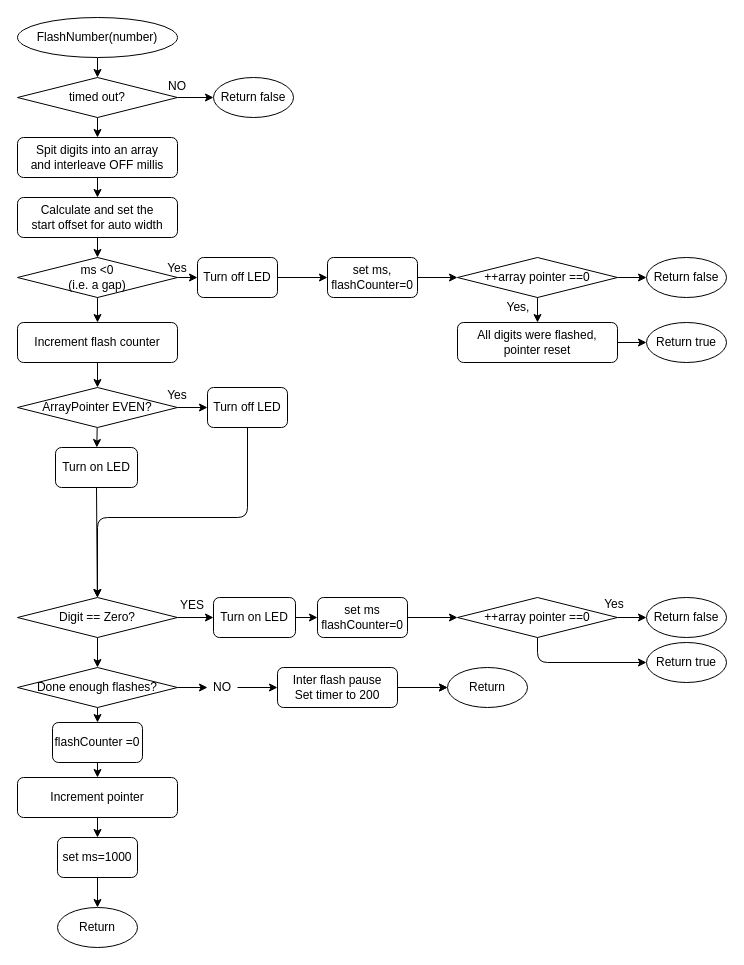
RichardLangner/SimpleTimer keeps this draw.io diagram as include/FlashNumber.drawio. Above is the earlier version. Source tidied: cells renumbered, new cells numbered last; positions are measured from the earlier drawing's top-left corner, leaving out a move shared by most shapes. Both pictures are drawn from the tidied source at 100%, with x=0, y=0 at pixel (17, 17).
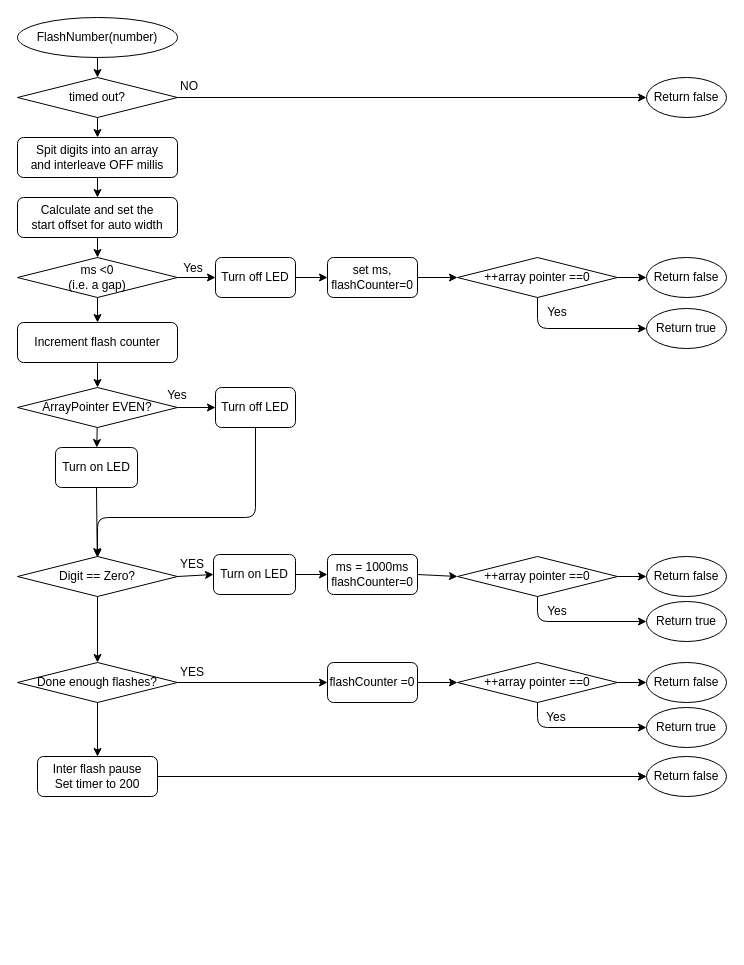
After the change.

The change refers to these unchanged cells:
```xml
<mxCell id="60" value="++array pointer ==0" style="rhombus;whiteSpace=wrap;html=1;" parent="1" vertex="1">
  <mxGeometry x="440" y="240" width="160" height="40" as="geometry" />
</mxCell>
```

The edit, as a diff of the source:
```diff
@@
     <mxCell id="2" style="edgeStyle=none;html=1;startArrow=none;" parent="1" edge="1">
       <mxGeometry relative="1" as="geometry">
-        <mxPoint x="72" y="840" as="sourcePoint" />
-        <mxPoint x="72" y="840" as="targetPoint" />
+        <mxPoint x="511" y="624" as="sourcePoint" />
+        <mxPoint x="511" y="624" as="targetPoint" />
       </mxGeometry>
     </mxCell>
-    <mxCell id="3" style="edgeStyle=none;html=1;exitX=1;exitY=0.5;exitDx=0;exitDy=0;entryX=0;entryY=0.5;entryDx=0;entryDy=0;" parent="1" edge="1" source="5" target="18">
-      <mxGeometry relative="1" as="geometry" />
-    </mxCell>
-    <mxCell id="4" style="edgeStyle=none;html=1;entryX=0.5;entryY=0;entryDx=0;entryDy=0;" parent="1" edge="1" source="5" target="43">
+    <mxCell id="4" style="edgeStyle=none;html=1;entryX=0;entryY=0.5;entryDx=0;entryDy=0;exitX=1;exitY=0.5;exitDx=0;exitDy=0;" parent="1" edge="1" source="5" target="43">
       <mxGeometry relative="1" as="geometry" />
     </mxCell>
+    <mxCell id="71" style="edgeStyle=none;html=1;exitX=0.5;exitY=1;exitDx=0;exitDy=0;" parent="1" edge="1" source="5" target="38">
+      <mxGeometry relative="1" as="geometry" />
+    </mxCell>
     <mxCell id="5" value="Done enough flashes?" style="rhombus;whiteSpace=wrap;html=1;" parent="1" vertex="1">
-      <mxGeometry y="650" width="160" height="40" as="geometry" />
+      <mxGeometry y="645" width="160" height="40" as="geometry" />
     </mxCell>
@@
     <mxCell id="11" value="Return false" style="ellipse;whiteSpace=wrap;html=1;" parent="1" vertex="1">
-      <mxGeometry x="196" y="60" width="80" height="40" as="geometry" />
+      <mxGeometry x="629" y="60" width="80" height="40" as="geometry" />
     </mxCell>
@@
-    <mxCell id="16" value="Return" style="ellipse;whiteSpace=wrap;html=1;" parent="1" vertex="1">
-      <mxGeometry x="430" y="650" width="80" height="40" as="geometry" />
+    <mxCell id="16" value="Return false" style="ellipse;whiteSpace=wrap;html=1;" parent="1" vertex="1">
+      <mxGeometry x="629" y="739" width="80" height="40" as="geometry" />
     </mxCell>
-    <mxCell id="17" style="edgeStyle=none;html=1;entryX=0;entryY=0.5;entryDx=0;entryDy=0;" parent="1" edge="1" source="18" target="38">
-      <mxGeometry relative="1" as="geometry" />
-    </mxCell>
-    <mxCell id="18" value="NO" style="text;strokeColor=none;align=center;fillColor=none;html=1;verticalAlign=middle;whiteSpace=wrap;rounded=0;" parent="1" vertex="1">
-      <mxGeometry x="190" y="660" width="30" height="20" as="geometry" />
-    </mxCell>
@@
     <mxCell id="20" value="Digit == Zero?" style="rhombus;whiteSpace=wrap;html=1;" parent="1" vertex="1">
-      <mxGeometry y="580" width="160" height="40" as="geometry" />
+      <mxGeometry y="539" width="160" height="40" as="geometry" />
     </mxCell>
@@
     <mxCell id="22" value="YES" style="text;strokeColor=none;align=center;fillColor=none;html=1;verticalAlign=middle;whiteSpace=wrap;rounded=0;" parent="1" vertex="1">
-      <mxGeometry x="160" y="578" width="30" height="20" as="geometry" />
+      <mxGeometry x="160" y="537" width="30" height="20" as="geometry" />
     </mxCell>
@@
     <mxCell id="28" style="edgeStyle=none;html=1;exitX=0.5;exitY=1;exitDx=0;exitDy=0;" parent="1" edge="1" source="29">
       <mxGeometry relative="1" as="geometry">
-        <mxPoint x="80" y="580" as="targetPoint" />
+        <mxPoint x="80" y="540" as="targetPoint" />
         <Array as="points">
-          <mxPoint x="230" y="500" />
+          <mxPoint x="238" y="500" />
           <mxPoint x="80" y="500" />
         </Array>
       </mxGeometry>
     </mxCell>
     <mxCell id="29" value="Turn off LED" style="rounded=1;whiteSpace=wrap;html=1;" parent="1" vertex="1">
-      <mxGeometry x="190" y="370" width="80" height="40" as="geometry" />
+      <mxGeometry x="198" y="370" width="80" height="40" as="geometry" />
     </mxCell>
@@
-    <mxCell id="34" value="set ms&lt;br style=&quot;border-color: var(--border-color);&quot;&gt;flashCounter=0" style="rounded=1;whiteSpace=wrap;html=1;" parent="1" vertex="1">
-      <mxGeometry x="300" y="580" width="90" height="40" as="geometry" />
+    <mxCell id="34" value="ms = 1000ms&lt;br style=&quot;border-color: var(--border-color);&quot;&gt;flashCounter=0" style="rounded=1;whiteSpace=wrap;html=1;" parent="1" vertex="1">
+      <mxGeometry x="310" y="537" width="90" height="40" as="geometry" />
     </mxCell>
@@
     <mxCell id="36" value="Turn on LED" style="rounded=1;whiteSpace=wrap;html=1;" parent="1" vertex="1">
-      <mxGeometry x="196" y="580" width="82" height="40" as="geometry" />
+      <mxGeometry x="196" y="537" width="82" height="40" as="geometry" />
     </mxCell>
     <mxCell id="37" style="edgeStyle=none;html=1;endArrow=none;" parent="1" edge="1" target="38">
       <mxGeometry relative="1" as="geometry">
-        <mxPoint x="358" y="670" as="sourcePoint" />
+        <mxPoint x="118" y="759" as="sourcePoint" />
       </mxGeometry>
     </mxCell>
     <mxCell id="38" value="Inter flash pause&lt;br&gt;Set timer to 200" style="rounded=1;whiteSpace=wrap;html=1;" parent="1" vertex="1">
-      <mxGeometry x="260" y="650" width="120" height="40" as="geometry" />
+      <mxGeometry x="20" y="739" width="120" height="40" as="geometry" />
     </mxCell>
-    <mxCell id="39" style="edgeStyle=none;html=1;entryX=0.5;entryY=0;entryDx=0;entryDy=0;" parent="1" edge="1" source="40" target="45">
-      <mxGeometry relative="1" as="geometry" />
-    </mxCell>
-    <mxCell id="40" value="Increment pointer" style="rounded=1;whiteSpace=wrap;html=1;" parent="1" vertex="1">
-      <mxGeometry y="760" width="160" height="40" as="geometry" />
-    </mxCell>
-    <mxCell id="41" value="Return" style="ellipse;whiteSpace=wrap;html=1;" parent="1" vertex="1">
-      <mxGeometry x="40" y="890" width="80" height="40" as="geometry" />
-    </mxCell>
-    <mxCell id="42" style="edgeStyle=none;html=1;entryX=0.5;entryY=0;entryDx=0;entryDy=0;" parent="1" edge="1" source="43" target="40">
-      <mxGeometry relative="1" as="geometry" />
-    </mxCell>
+    <mxCell id="72" style="edgeStyle=none;html=1;" parent="1" edge="1" source="43" target="76">
+      <mxGeometry relative="1" as="geometry" />
+    </mxCell>
     <mxCell id="43" value="flashCounter =0" style="rounded=1;whiteSpace=wrap;html=1;" parent="1" vertex="1">
-      <mxGeometry x="35" y="705" width="90" height="40" as="geometry" />
+      <mxGeometry x="310" y="645" width="90" height="40" as="geometry" />
     </mxCell>
-    <mxCell id="44" style="edgeStyle=none;html=1;entryX=0.5;entryY=0;entryDx=0;entryDy=0;" parent="1" edge="1" source="45" target="41">
-      <mxGeometry relative="1" as="geometry" />
-    </mxCell>
-    <mxCell id="45" value="set ms=1000" style="rounded=1;whiteSpace=wrap;html=1;" parent="1" vertex="1">
-      <mxGeometry x="40" y="820" width="80" height="40" as="geometry" />
-    </mxCell>
@@
     <mxCell id="49" value="Turn off LED" style="rounded=1;whiteSpace=wrap;html=1;" parent="1" vertex="1">
-      <mxGeometry x="180" y="240" width="80" height="40" as="geometry" />
+      <mxGeometry x="198" y="240" width="80" height="40" as="geometry" />
     </mxCell>
@@
     <mxCell id="55" value="Yes" style="text;strokeColor=none;align=center;fillColor=none;html=1;verticalAlign=middle;whiteSpace=wrap;rounded=0;" parent="1" vertex="1">
-      <mxGeometry x="130" y="236" width="60" height="30" as="geometry" />
+      <mxGeometry x="146" y="236" width="60" height="30" as="geometry" />
     </mxCell>
     <mxCell id="56" value="NO" style="text;strokeColor=none;align=center;fillColor=none;html=1;verticalAlign=middle;whiteSpace=wrap;rounded=0;" parent="1" vertex="1">
-      <mxGeometry x="145" y="54" width="30" height="30" as="geometry" />
+      <mxGeometry x="157" y="54" width="30" height="30" as="geometry" />
     </mxCell>
@@
-    <mxCell id="59" style="edgeStyle=none;html=1;" parent="1" edge="1" source="60" target="70">
-      <mxGeometry relative="1" as="geometry" />
+    <mxCell id="59" style="edgeStyle=none;html=1;entryX=0;entryY=0.5;entryDx=0;entryDy=0;" parent="1" edge="1" source="60" target="61">
+      <mxGeometry relative="1" as="geometry">
+        <Array as="points">
+          <mxPoint x="520" y="311" />
+        </Array>
+      </mxGeometry>
     </mxCell>
@@
     <mxCell id="61" value="Return true" style="ellipse;whiteSpace=wrap;html=1;" parent="1" vertex="1">
-      <mxGeometry x="629" y="305" width="80" height="40" as="geometry" />
+      <mxGeometry x="629" y="291" width="80" height="40" as="geometry" />
     </mxCell>
-    <mxCell id="62" value="Yes," style="text;strokeColor=none;align=center;fillColor=none;html=1;verticalAlign=middle;whiteSpace=wrap;rounded=0;" parent="1" vertex="1">
-      <mxGeometry x="471" y="275" width="60" height="30" as="geometry" />
+    <mxCell id="62" value="Yes" style="text;strokeColor=none;align=center;fillColor=none;html=1;verticalAlign=middle;whiteSpace=wrap;rounded=0;" parent="1" vertex="1">
+      <mxGeometry x="510" y="280" width="60" height="30" as="geometry" />
     </mxCell>
     <mxCell id="63" value="Return false" style="ellipse;whiteSpace=wrap;html=1;" parent="1" vertex="1">
-      <mxGeometry x="629" y="580" width="80" height="40" as="geometry" />
+      <mxGeometry x="629" y="539" width="80" height="40" as="geometry" />
     </mxCell>
@@
     <mxCell id="65" style="edgeStyle=none;html=1;exitX=0.5;exitY=1;exitDx=0;exitDy=0;entryX=0;entryY=0.5;entryDx=0;entryDy=0;" parent="1" edge="1" source="66" target="67">
       <mxGeometry relative="1" as="geometry">
         <Array as="points">
-          <mxPoint x="520" y="645" />
+          <mxPoint x="520" y="604" />
         </Array>
       </mxGeometry>
     </mxCell>
     <mxCell id="66" value="++array pointer ==0" style="rhombus;whiteSpace=wrap;html=1;" parent="1" vertex="1">
-      <mxGeometry x="440" y="580" width="160" height="40" as="geometry" />
+      <mxGeometry x="440" y="539" width="160" height="40" as="geometry" />
     </mxCell>
     <mxCell id="67" value="Return true" style="ellipse;whiteSpace=wrap;html=1;" parent="1" vertex="1">
-      <mxGeometry x="629" y="625" width="80" height="40" as="geometry" />
+      <mxGeometry x="629" y="584" width="80" height="40" as="geometry" />
     </mxCell>
     <mxCell id="68" value="Yes" style="text;strokeColor=none;align=center;fillColor=none;html=1;verticalAlign=middle;whiteSpace=wrap;rounded=0;" parent="1" vertex="1">
-      <mxGeometry x="567" y="572" width="60" height="30" as="geometry" />
+      <mxGeometry x="510" y="579" width="60" height="30" as="geometry" />
     </mxCell>
-    <mxCell id="69" style="edgeStyle=none;html=1;entryX=0;entryY=0.5;entryDx=0;entryDy=0;exitX=1;exitY=0.5;exitDx=0;exitDy=0;" parent="1" edge="1" source="70" target="61">
-      <mxGeometry relative="1" as="geometry" />
-    </mxCell>
-    <mxCell id="70" value="All digits were flashed, pointer reset" style="rounded=1;whiteSpace=wrap;html=1;" parent="1" vertex="1">
-      <mxGeometry x="440" y="305" width="160" height="40" as="geometry" />
-    </mxCell>
+    <mxCell id="73" value="Return false" style="ellipse;whiteSpace=wrap;html=1;" parent="1" vertex="1">
+      <mxGeometry x="629" y="645" width="80" height="40" as="geometry" />
+    </mxCell>
+    <mxCell id="74" style="edgeStyle=none;html=1;exitX=1;exitY=0.5;exitDx=0;exitDy=0;" parent="1" edge="1" source="76" target="73">
+      <mxGeometry relative="1" as="geometry" />
+    </mxCell>
+    <mxCell id="75" style="edgeStyle=none;html=1;exitX=0.5;exitY=1;exitDx=0;exitDy=0;entryX=0;entryY=0.5;entryDx=0;entryDy=0;" parent="1" edge="1" source="76" target="77">
+      <mxGeometry relative="1" as="geometry">
+        <Array as="points">
+          <mxPoint x="520" y="710" />
+        </Array>
+      </mxGeometry>
+    </mxCell>
+    <mxCell id="76" value="++array pointer ==0" style="rhombus;whiteSpace=wrap;html=1;" parent="1" vertex="1">
+      <mxGeometry x="440" y="645" width="160" height="40" as="geometry" />
+    </mxCell>
+    <mxCell id="77" value="Return true" style="ellipse;whiteSpace=wrap;html=1;" parent="1" vertex="1">
+      <mxGeometry x="629" y="690" width="80" height="40" as="geometry" />
+    </mxCell>
+    <mxCell id="78" value="Yes" style="text;strokeColor=none;align=center;fillColor=none;html=1;verticalAlign=middle;whiteSpace=wrap;rounded=0;" parent="1" vertex="1">
+      <mxGeometry x="509" y="685" width="60" height="30" as="geometry" />
+    </mxCell>
+    <mxCell id="79" value="YES" style="text;strokeColor=none;align=center;fillColor=none;html=1;verticalAlign=middle;whiteSpace=wrap;rounded=0;" parent="1" vertex="1">
+      <mxGeometry x="160" y="645" width="30" height="20" as="geometry" />
+    </mxCell>
```
